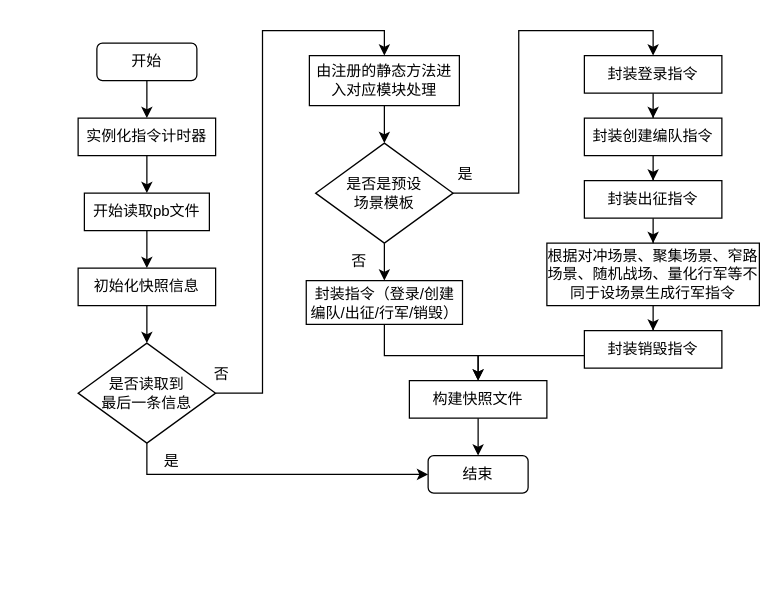
Earlier version of the draw.io diagram 配置快照文件读取解析流程.drawio (Carol9s/Drawing). Source tidied: cells renumbered, new cells numbered last; positions are measured from the earlier drawing's top-left corner, leaving out a move shared by most shapes. Both pictures are drawn from the tidied source at 125%, with x=0, y=0 at pixel (78, 42).
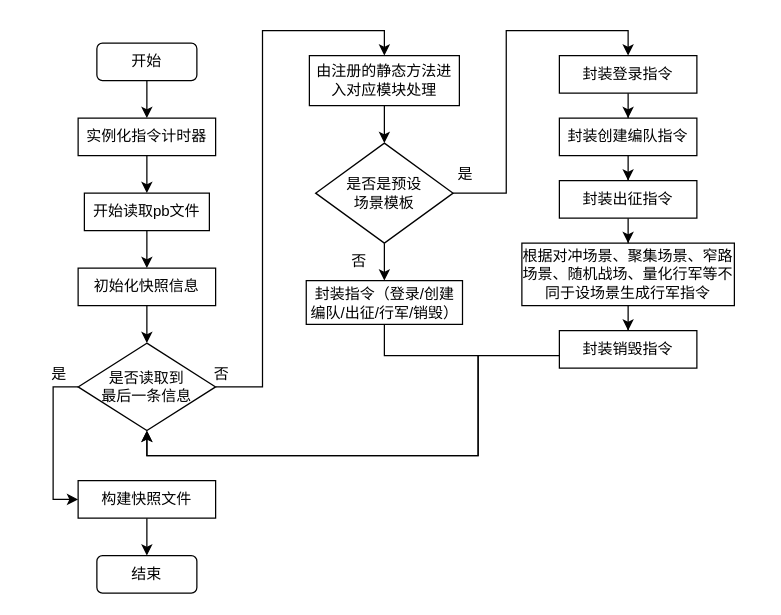
The same page after the edit.

Commit message (it also covers changes not shown here):
更新配置快照文件读取解析流程.drawio

Unchanged cells that the change refers to:
```xml
<mxCell id="29" value="封装指令（登录/创建编队/出征/行军/销毁）" style="rounded=0;whiteSpace=wrap;html=1;" parent="1" vertex="1">
  <mxGeometry x="182.5" y="190" width="125" height="35" as="geometry" />
</mxCell>
```

The edit, as a diff of the source:
```diff
@@
-    <mxCell id="13" style="edgeStyle=orthogonalEdgeStyle;rounded=0;jettySize=auto;html=1;entryX=0;entryY=0.5;entryDx=0;entryDy=0;exitX=0.5;exitY=1;exitDx=0;exitDy=0;" parent="1" edge="1" source="14" target="32">
+    <mxCell id="13" style="edgeStyle=orthogonalEdgeStyle;rounded=0;jettySize=auto;html=1;entryX=0;entryY=0.5;entryDx=0;entryDy=0;exitX=0;exitY=0.5;exitDx=0;exitDy=0;" parent="1" edge="1" source="14" target="31">
       <mxGeometry relative="1" as="geometry" />
     </mxCell>
     <mxCell id="14" value="是否读取到&lt;br&gt;最后一条信息" style="rhombus;whiteSpace=wrap;html=1;" parent="1" vertex="1">
-      <mxGeometry y="240" width="110" height="80" as="geometry" />
+      <mxGeometry y="240" width="110" height="70" as="geometry" />
     </mxCell>
@@
     <mxCell id="19" value="封装登录指令" style="rounded=0;whiteSpace=wrap;html=1;" parent="1" vertex="1">
-      <mxGeometry x="405" y="10" width="110" height="30" as="geometry" />
+      <mxGeometry x="385" y="10" width="110" height="30" as="geometry" />
     </mxCell>
@@
     <mxCell id="21" value="封装创建编队指令" style="rounded=0;whiteSpace=wrap;html=1;" parent="1" vertex="1">
-      <mxGeometry x="405" y="60" width="110" height="30" as="geometry" />
+      <mxGeometry x="385" y="60" width="110" height="30" as="geometry" />
     </mxCell>
@@
     <mxCell id="23" value="根据对冲场景、聚集场景、窄路场景、随机战场、量化行军等不同于设场景生成行军指令" style="rounded=0;whiteSpace=wrap;html=1;" parent="1" vertex="1">
-      <mxGeometry x="375" y="160" width="170" height="50" as="geometry" />
+      <mxGeometry x="355" y="160" width="170" height="50" as="geometry" />
     </mxCell>
@@
     <mxCell id="25" value="封装出征指令" style="rounded=0;whiteSpace=wrap;html=1;" parent="1" vertex="1">
-      <mxGeometry x="405" y="110" width="110" height="30" as="geometry" />
+      <mxGeometry x="385" y="110" width="110" height="30" as="geometry" />
     </mxCell>
-    <mxCell id="26" style="edgeStyle=orthogonalEdgeStyle;rounded=0;jettySize=auto;html=1;entryX=0.5;entryY=0;entryDx=0;entryDy=0;" parent="1" edge="1" source="27" target="31">
+    <mxCell id="26" style="edgeStyle=orthogonalEdgeStyle;rounded=0;jettySize=auto;html=1;entryX=0.5;entryY=1;entryDx=0;entryDy=0;" parent="1" edge="1" source="27" target="14">
       <mxGeometry relative="1" as="geometry">
         <Array as="points">
           <mxPoint x="320" y="250" />
+          <mxPoint x="320" y="330" />
+          <mxPoint x="55" y="330" />
         </Array>
       </mxGeometry>
     </mxCell>
     <mxCell id="27" value="封装销毁指令" style="rounded=0;whiteSpace=wrap;html=1;" parent="1" vertex="1">
-      <mxGeometry x="405" y="230" width="110" height="30" as="geometry" />
+      <mxGeometry x="385" y="230" width="110" height="30" as="geometry" />
     </mxCell>
-    <mxCell id="28" style="edgeStyle=orthogonalEdgeStyle;rounded=0;jettySize=auto;html=1;" parent="1" edge="1" source="29" target="31">
+    <mxCell id="28" style="edgeStyle=orthogonalEdgeStyle;rounded=0;jettySize=auto;html=1;entryX=0.5;entryY=1;entryDx=0;entryDy=0;" parent="1" edge="1" source="29" target="14">
       <mxGeometry relative="1" as="geometry">
         <Array as="points">
           <mxPoint x="245" y="250" />
           <mxPoint x="320" y="250" />
+          <mxPoint x="320" y="330" />
+          <mxPoint x="55" y="330" />
         </Array>
       </mxGeometry>
     </mxCell>
@@
     <mxCell id="31" value="构建快照文件" style="rounded=0;whiteSpace=wrap;html=1;" parent="1" vertex="1">
-      <mxGeometry x="265" y="270" width="110" height="30" as="geometry" />
+      <mxGeometry y="350" width="110" height="30" as="geometry" />
     </mxCell>
     <mxCell id="32" value="结束" style="rounded=1;whiteSpace=wrap;html=1;fontSize=12;glass=0;strokeWidth=1;shadow=0;" parent="1" vertex="1">
-      <mxGeometry x="280" y="330" width="80" height="30" as="geometry" />
+      <mxGeometry x="15" y="410" width="80" height="30" as="geometry" />
     </mxCell>
     <mxCell id="33" value="是" style="text;html=1;strokeColor=none;fillColor=none;align=center;verticalAlign=middle;whiteSpace=wrap;rounded=0;" parent="1" vertex="1">
-      <mxGeometry x="45" y="320" width="60" height="30" as="geometry" />
+      <mxGeometry x="-45" y="250" width="60" height="30" as="geometry" />
     </mxCell>
```
